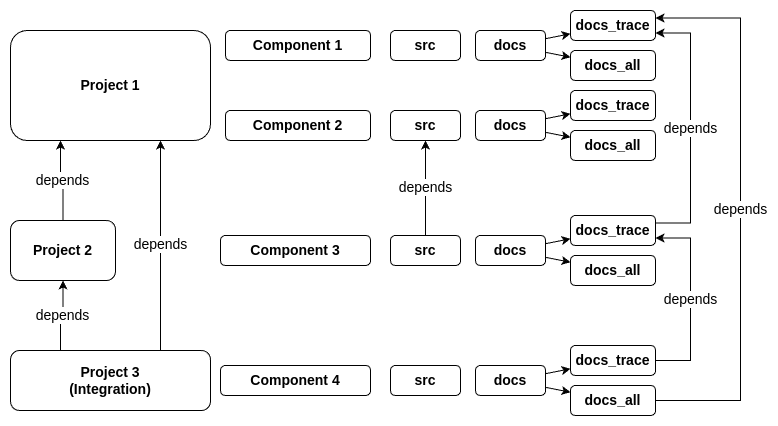
useblocks/bazel-drives-sphinx keeps this draw.io diagram as architecture.drawio.png. Above is the earlier version. Source tidied: cells renumbered, new cells last; positions are measured from the earlier drawing's top-left corner, leaving out a move shared by most shapes.
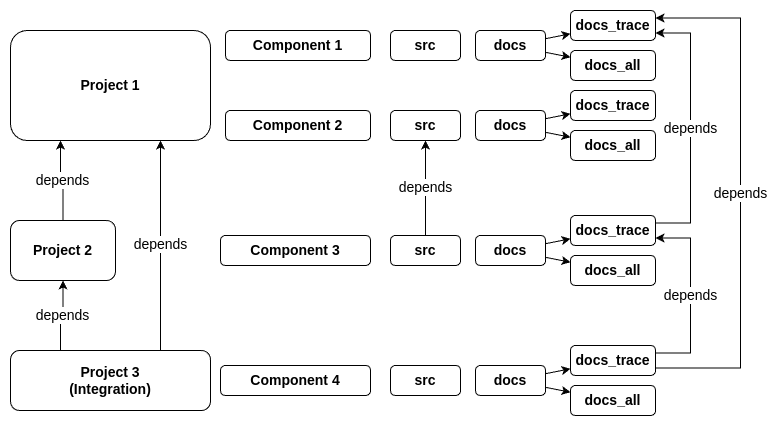
After the commit.

Diff of the diagram source:
```diff
@@ -109,10 +109,10 @@
     <mxCell id="35" style="rounded=0;jettySize=auto;html=1;" parent="1" edge="1" source="33" target="38">
       <mxGeometry relative="1" as="geometry" />
     </mxCell>
-    <mxCell id="36" value="depends" style="edgeStyle=orthogonalEdgeStyle;rounded=0;jettySize=auto;html=1;entryX=1;entryY=0.75;entryDx=0;entryDy=0;exitX=1;exitY=0.5;exitDx=0;exitDy=0;fontSize=14;" parent="1" edge="1" source="37" target="31">
+    <mxCell id="36" value="depends" style="edgeStyle=orthogonalEdgeStyle;rounded=0;jettySize=auto;html=1;entryX=1;entryY=0.75;entryDx=0;entryDy=0;exitX=1;exitY=0.25;exitDx=0;exitDy=0;fontSize=14;" parent="1" edge="1" source="37" target="31">
       <mxGeometry relative="1" as="geometry">
         <Array as="points">
-          <mxPoint x="680" y="350" />
+          <mxPoint x="680" y="343" />
           <mxPoint x="680" y="228" />
         </Array>
       </mxGeometry>
@@ -123,11 +123,11 @@
     <mxCell id="38" value="docs_all" style="rounded=1;whiteSpace=wrap;html=1;fontSize=14;fontStyle=1;" parent="1" vertex="1">
       <mxGeometry x="560" y="375" width="85" height="30" as="geometry" />
     </mxCell>
-    <mxCell id="39" value="depends" style="edgeStyle=orthogonalEdgeStyle;rounded=0;jettySize=auto;html=1;entryX=1;entryY=0.25;entryDx=0;entryDy=0;exitX=1;exitY=0.5;exitDx=0;exitDy=0;fontSize=14;" parent="1" edge="1" source="38" target="21">
+    <mxCell id="39" value="depends" style="edgeStyle=orthogonalEdgeStyle;rounded=0;jettySize=auto;html=1;entryX=1;entryY=0.25;entryDx=0;entryDy=0;exitX=1;exitY=0.75;exitDx=0;exitDy=0;fontSize=14;" parent="1" edge="1" source="37" target="21">
       <mxGeometry relative="1" as="geometry">
         <Array as="points">
-          <mxPoint x="730" y="390" />
-          <mxPoint x="730" y="7" />
+          <mxPoint x="730" y="358" />
+          <mxPoint x="730" y="8" />
         </Array>
       </mxGeometry>
     </mxCell>
```
